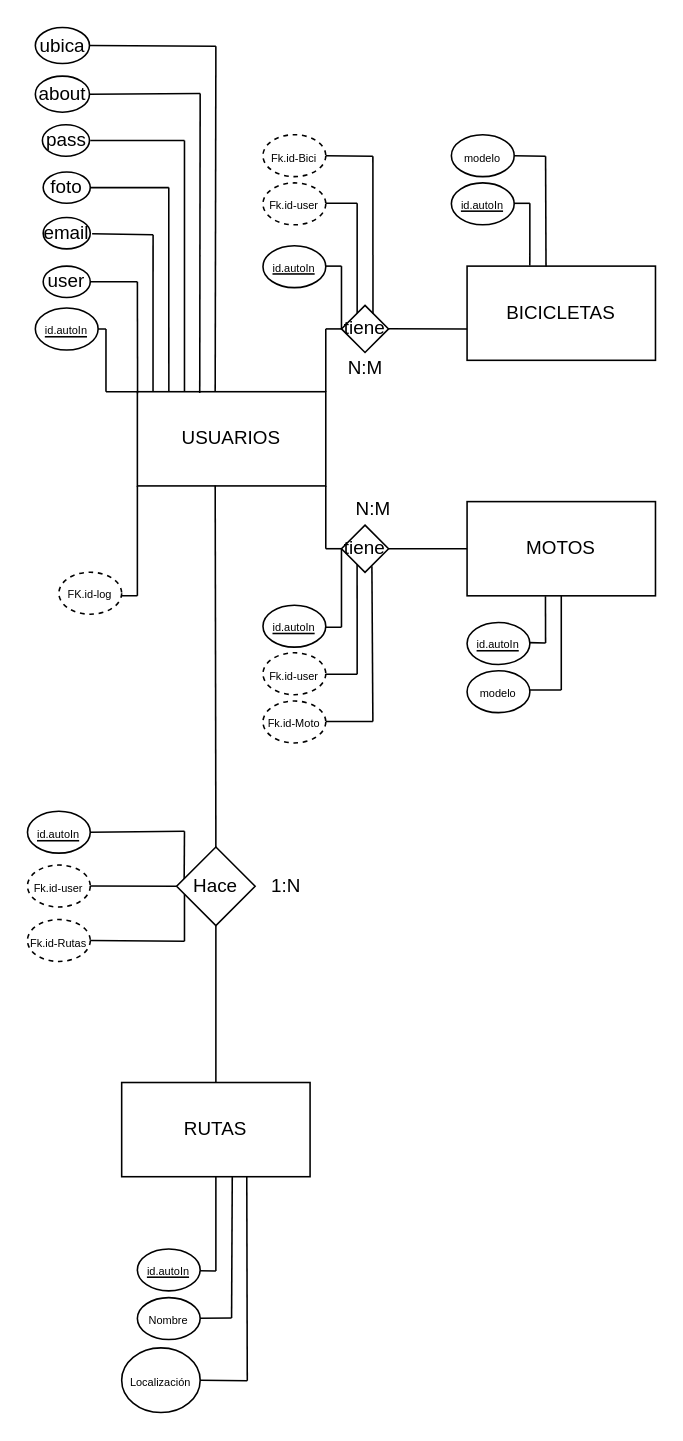
This is page "Page-1" (1 of 3) of Pagina motos.drawio from JavierPolaris/diagramas, a draw.io file, before an edit. Source tidied: cells renumbered, new cells numbered last; positions are measured from the earlier drawing's top-left corner, leaving out a move shared by most shapes. Both pictures are drawn from the tidied source at 157%, with x=0, y=0 at pixel (27, 27).
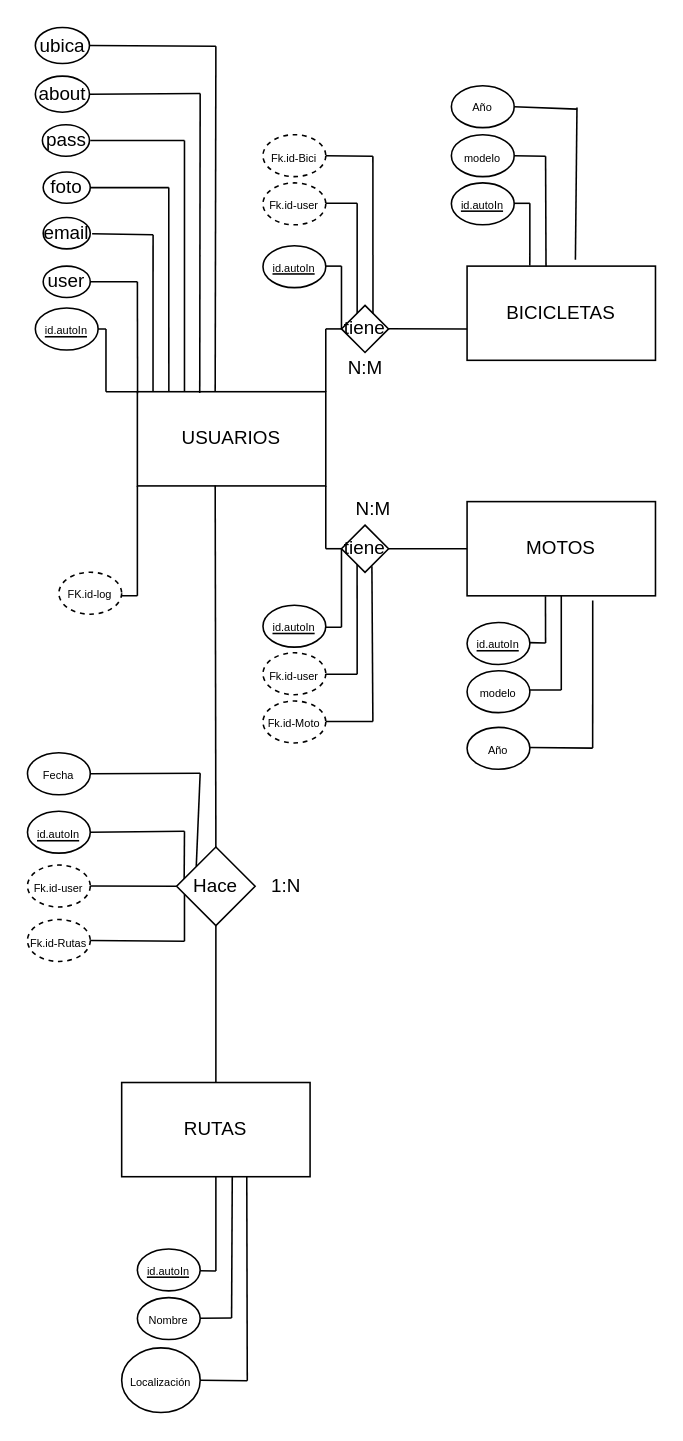
The same diagram, later.

The change refers to these unchanged cells:
```xml
<mxCell id="3" value="BICICLETAS" style="rounded=0;whiteSpace=wrap;html=1;" parent="1" vertex="1">
  <mxGeometry x="280" y="152" width="120" height="60" as="geometry" />
</mxCell>
<mxCell id="4" value="MOTOS" style="rounded=0;whiteSpace=wrap;html=1;" parent="1" vertex="1">
  <mxGeometry x="280" y="302" width="120" height="60" as="geometry" />
</mxCell>
<mxCell id="16" value="Hace" style="rhombus;whiteSpace=wrap;html=1;" parent="1" vertex="1">
  <mxGeometry x="95" y="522" width="50" height="50" as="geometry" />
</mxCell>
```

What changed in the source:
```diff
@@
+    <mxCell id="92" value="&lt;font style=&quot;font-size: 7px;&quot;&gt;Año&lt;/font&gt;" style="ellipse;whiteSpace=wrap;html=1;" parent="1" vertex="1">
+      <mxGeometry x="280" y="445.8" width="40" height="26.7" as="geometry" />
+    </mxCell>
+    <mxCell id="93" style="endArrow=none;html=1;rounded=0;fontSize=7;exitX=0.988;exitY=0.48;exitDx=0;exitDy=0;exitPerimeter=0;" parent="1" edge="1" source="92">
+      <mxGeometry relative="1" as="geometry">
+        <mxPoint x="360" y="459" as="targetPoint" />
+      </mxGeometry>
+    </mxCell>
+    <mxCell id="94" style="endArrow=none;html=1;rounded=0;fontSize=7;entryX=0.667;entryY=1.05;entryDx=0;entryDy=0;entryPerimeter=0;" parent="1" edge="1" target="4">
+      <mxGeometry relative="1" as="geometry">
+        <mxPoint x="360" y="459" as="sourcePoint" />
+      </mxGeometry>
+    </mxCell>
+    <mxCell id="95" value="&lt;span style=&quot;font-size: 7px;&quot;&gt;Año&lt;/span&gt;" style="ellipse;whiteSpace=wrap;html=1;" parent="1" vertex="1">
+      <mxGeometry x="270" y="37.1" width="40" height="26.7" as="geometry" />
+    </mxCell>
+    <mxCell id="96" style="endArrow=none;html=1;rounded=0;fontSize=7;exitX=1;exitY=0.5;exitDx=0;exitDy=0;" parent="1" edge="1" source="95">
+      <mxGeometry relative="1" as="geometry">
+        <mxPoint x="350" y="52" as="targetPoint" />
+      </mxGeometry>
+    </mxCell>
+    <mxCell id="97" style="endArrow=none;html=1;rounded=0;fontSize=7;entryX=0.575;entryY=-0.067;entryDx=0;entryDy=0;entryPerimeter=0;" parent="1" edge="1" target="3">
+      <mxGeometry relative="1" as="geometry">
+        <mxPoint x="350" y="51" as="sourcePoint" />
+      </mxGeometry>
+    </mxCell>
+    <mxCell id="98" value="&lt;span style=&quot;font-size: 7px;&quot;&gt;Fecha&lt;/span&gt;" style="ellipse;whiteSpace=wrap;html=1;" parent="1" vertex="1">
+      <mxGeometry y="462" width="40" height="26.7" as="geometry" />
+    </mxCell>
+    <mxCell id="99" style="endArrow=none;html=1;rounded=0;fontSize=7;exitX=1;exitY=0.5;exitDx=0;exitDy=0;" parent="1" edge="1" source="98">
+      <mxGeometry relative="1" as="geometry">
+        <mxPoint x="110" y="475" as="targetPoint" />
+      </mxGeometry>
+    </mxCell>
+    <mxCell id="100" style="endArrow=none;html=1;rounded=0;fontSize=7;entryX=0;entryY=0;entryDx=0;entryDy=0;" parent="1" edge="1" target="16">
+      <mxGeometry relative="1" as="geometry">
+        <mxPoint x="110" y="475" as="sourcePoint" />
+      </mxGeometry>
+    </mxCell>
```
